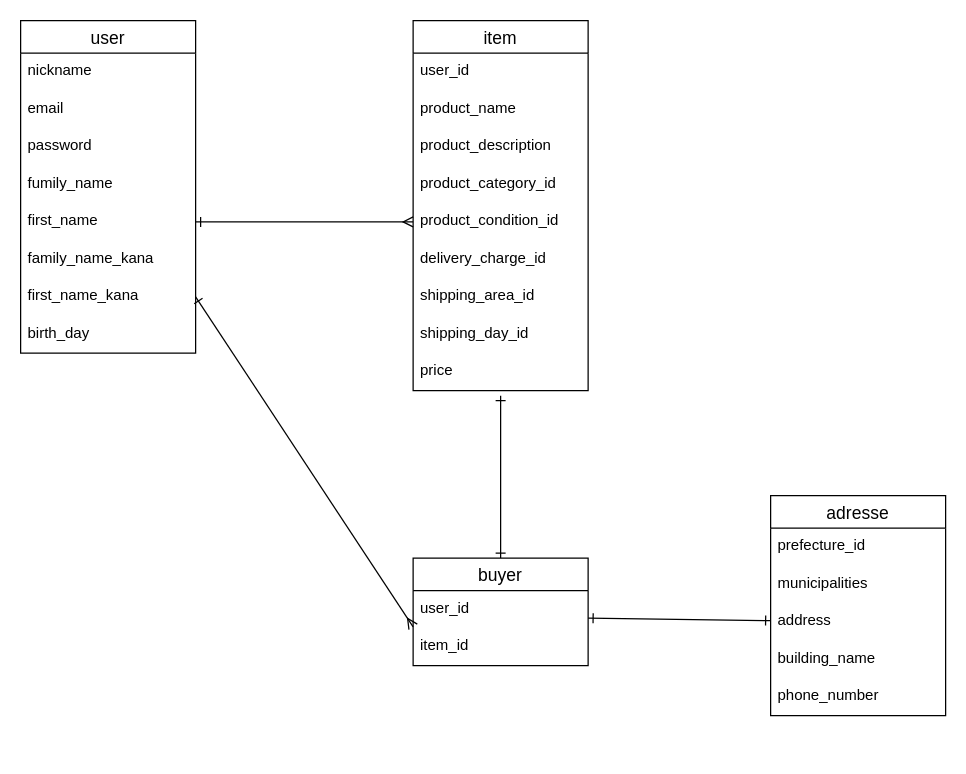
This is test.dio from tetsupon/furima-40328, a draw.io file, before an edit. Source tidied: cells renumbered, new cells numbered last; positions are measured from the earlier drawing's top-left corner, leaving out a move shared by most shapes. Both pictures are drawn from the tidied source at 125%, with x=0, y=0 at pixel (20, 20).
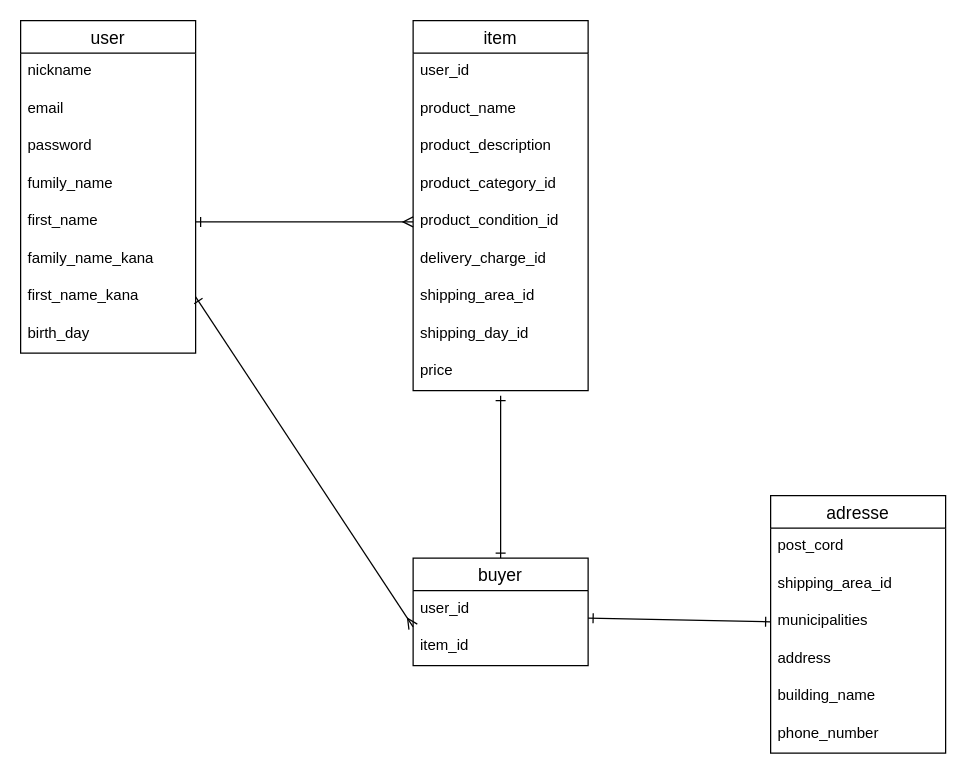
The same diagram, later.

Commit message (it also covers changes not shown here):
shipping_area_id に修正

The change refers to these unchanged cells:
```xml
<mxCell id="23" value="user_id" style="text;strokeColor=none;fillColor=none;spacingLeft=4;spacingRight=4;overflow=hidden;points=[[0,0.5],[1,0.5]];portConstraint=eastwest;fontSize=12;" parent="22" vertex="1">
  <mxGeometry y="26" width="140" height="30" as="geometry" />
</mxCell>
```

The edit, as a diff of the source:
```diff
@@
     <mxCell id="25" value="adresse" style="swimlane;fontStyle=0;horizontal=1;startSize=26;align=center;fontSize=14;" parent="1" vertex="1">
-      <mxGeometry x="600" y="380" width="140" height="176" as="geometry" />
+      <mxGeometry x="600" y="380" width="140" height="206" as="geometry" />
     </mxCell>
+    <mxCell id="34" value="post_cord" style="text;strokeColor=none;fillColor=none;spacingLeft=4;spacingRight=4;overflow=hidden;fontSize=12;" parent="25" vertex="1">
+      <mxGeometry y="26" width="140" height="30" as="geometry" />
+    </mxCell>
-    <mxCell id="26" value="prefecture_id" style="text;strokeColor=none;fillColor=none;spacingLeft=4;spacingRight=4;overflow=hidden;fontSize=12;" parent="25" vertex="1">
-      <mxGeometry y="26" width="140" height="30" as="geometry" />
+    <mxCell id="26" value="shipping_area_id " style="text;strokeColor=none;fillColor=none;spacingLeft=4;spacingRight=4;overflow=hidden;fontSize=12;" parent="25" vertex="1">
+      <mxGeometry y="56" width="140" height="30" as="geometry" />
     </mxCell>
     <mxCell id="27" value="municipalities" style="text;strokeColor=none;fillColor=none;spacingLeft=4;spacingRight=4;overflow=hidden;points=[[0,0.5],[1,0.5]];portConstraint=eastwest;fontSize=12;" parent="25" vertex="1">
-      <mxGeometry y="56" width="140" height="30" as="geometry" />
+      <mxGeometry y="86" width="140" height="30" as="geometry" />
     </mxCell>
     <mxCell id="28" value="address" style="text;strokeColor=none;fillColor=none;spacingLeft=4;spacingRight=4;overflow=hidden;points=[[0,0.5],[1,0.5]];portConstraint=eastwest;fontSize=12;" parent="25" vertex="1">
-      <mxGeometry y="86" width="140" height="30" as="geometry" />
+      <mxGeometry y="116" width="140" height="30" as="geometry" />
     </mxCell>
     <mxCell id="29" value="building_name" style="text;strokeColor=none;fillColor=none;spacingLeft=4;spacingRight=4;overflow=hidden;fontSize=12;" parent="25" vertex="1">
-      <mxGeometry y="116" width="140" height="30" as="geometry" />
+      <mxGeometry y="146" width="140" height="30" as="geometry" />
     </mxCell>
     <mxCell id="30" value="phone_number" style="text;strokeColor=none;fillColor=none;spacingLeft=4;spacingRight=4;overflow=hidden;fontSize=12;" parent="25" vertex="1">
-      <mxGeometry y="146" width="140" height="30" as="geometry" />
+      <mxGeometry y="176" width="140" height="30" as="geometry" />
     </mxCell>
-    <mxCell id="31" style="fontSize=12;html=1;endArrow=ERone;endFill=0;strokeColor=default;exitX=1;exitY=0.733;exitDx=0;exitDy=0;exitPerimeter=0;startArrow=ERone;startFill=0;entryX=0;entryY=0.467;entryDx=0;entryDy=0;entryPerimeter=0;" parent="1" edge="1" source="23" target="28">
+    <mxCell id="31" style="fontSize=12;html=1;endArrow=ERone;endFill=0;strokeColor=default;exitX=1;exitY=0.733;exitDx=0;exitDy=0;exitPerimeter=0;startArrow=ERone;startFill=0;entryX=0;entryY=0.5;entryDx=0;entryDy=0;" parent="1" edge="1" source="23" target="27">
       <mxGeometry relative="1" as="geometry" />
     </mxCell>
```
